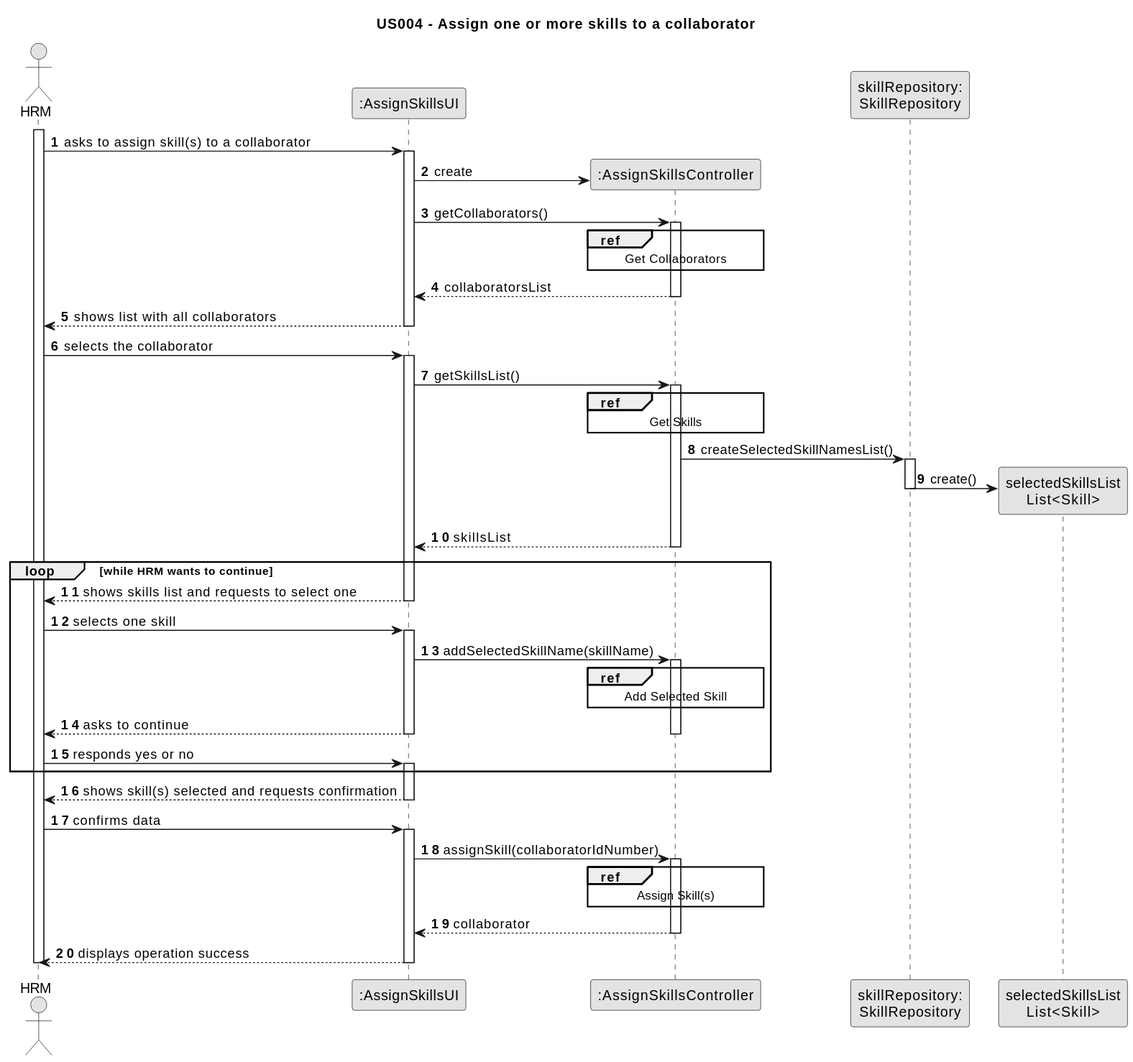
The PlantUML diagram docs/sprintB/us004/03.design/svg/us004-sequence-diagram-split.svg in Departamento-de-Engenharia-Informatica/lei-24-s2-1dm-g132, before a commit.
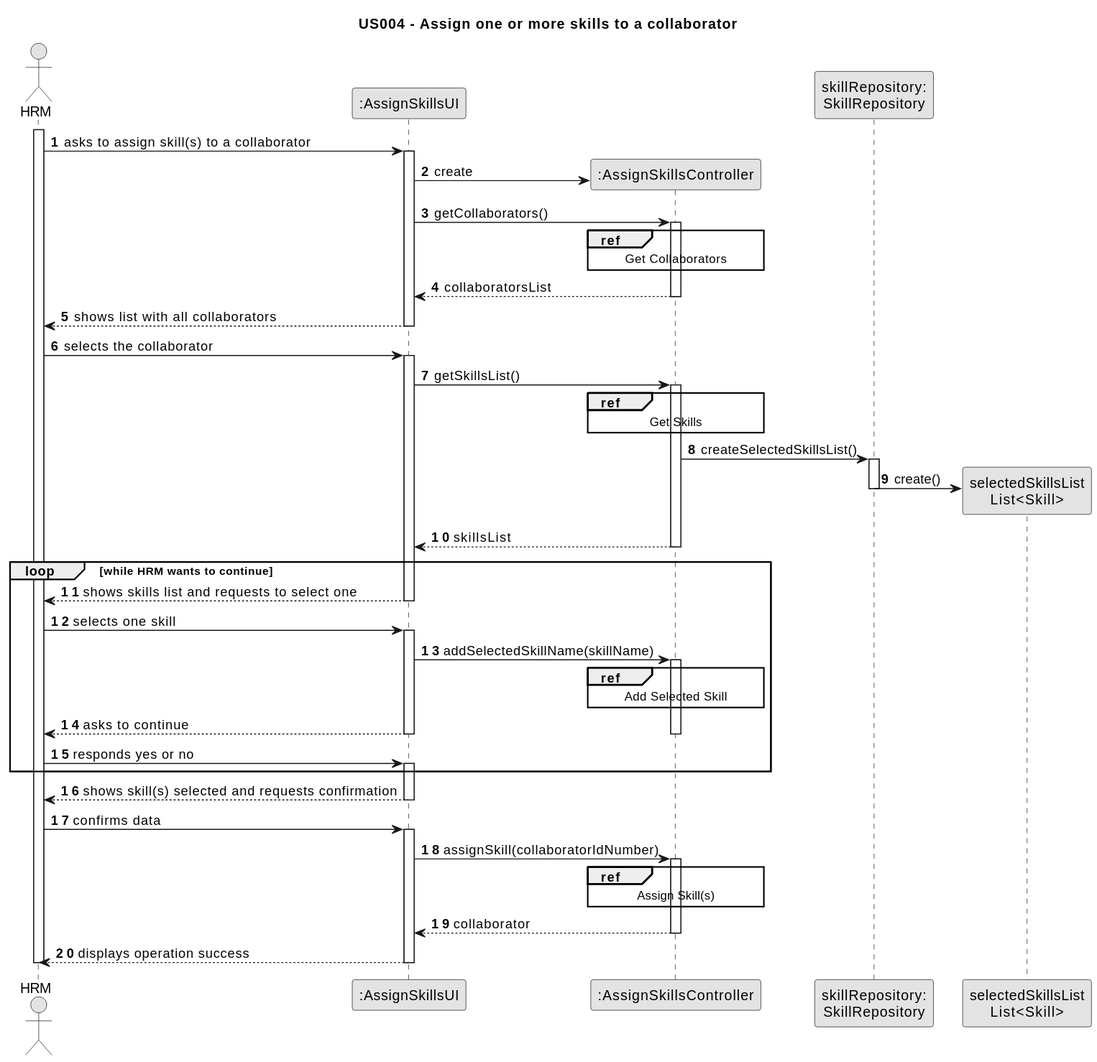
The same diagram one commit later.

Commit message:
US04 fixed typos in sequence diagram full and partials

Change to the diagram source:
```diff
@@ -43,7 +43,7 @@
                 Get Skills
             end
 
-            CTRL -> SkillRepository : createSelectedSkillNamesList()
+            CTRL -> SkillRepository : createSelectedSkillsList()
             activate SkillRepository
 
                 SkillRepository -> selectedSkillsList** : create()
```
